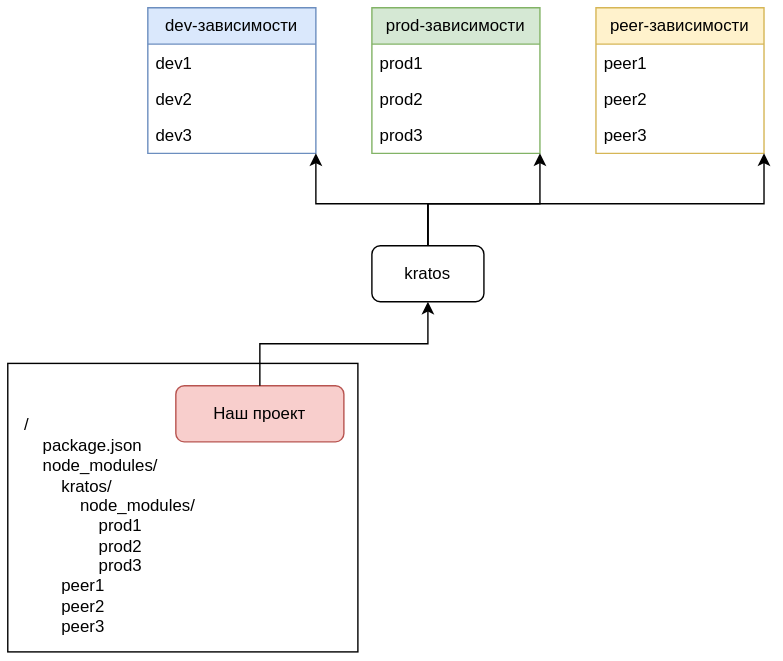
The draw.io diagram frontend/techs/nodejs/img/dependency-types.drawio.svg in johnydotsville/a-notes, before a commit. Source tidied: cells renumbered, new cells last; positions are measured from the earlier drawing's top-left corner, leaving out a move shared by most shapes. Its diagram source:
```xml
<mxGraphModel>
  <root>
    <mxCell id="0" />
    <mxCell id="1" parent="0" />
    <mxCell id="2" value="kratos" style="rounded=1;whiteSpace=wrap;html=1;" parent="1" vertex="1">
      <mxGeometry x="260" y="170" width="80" height="40" as="geometry" />
    </mxCell>
    <mxCell id="3" value="dev-зависимости" style="swimlane;fontStyle=0;horizontal=1;startSize=26;fillColor=#dae8fc;whiteSpace=wrap;html=1;strokeColor=#6c8ebf;" parent="1" vertex="1">
      <mxGeometry x="100" width="120" height="104" as="geometry" />
    </mxCell>
    <mxCell id="4" value="dev1" style="text;strokeColor=none;fillColor=none;align=left;verticalAlign=top;spacingLeft=4;spacingRight=4;overflow=hidden;whiteSpace=wrap;html=1;" parent="3" vertex="1">
      <mxGeometry y="26" width="120" height="26" as="geometry" />
    </mxCell>
    <mxCell id="5" value="dev2" style="text;strokeColor=none;fillColor=none;align=left;verticalAlign=top;spacingLeft=4;spacingRight=4;overflow=hidden;whiteSpace=wrap;html=1;" parent="3" vertex="1">
      <mxGeometry y="52" width="120" height="26" as="geometry" />
    </mxCell>
    <mxCell id="6" value="dev3" style="text;strokeColor=none;fillColor=none;align=left;verticalAlign=top;spacingLeft=4;spacingRight=4;overflow=hidden;whiteSpace=wrap;html=1;" parent="3" vertex="1">
      <mxGeometry y="78" width="120" height="26" as="geometry" />
    </mxCell>
    <mxCell id="7" value="prod-зависимости" style="swimlane;fontStyle=0;horizontal=1;startSize=26;fillColor=#d5e8d4;whiteSpace=wrap;html=1;strokeColor=#82b366;" parent="1" vertex="1">
      <mxGeometry x="260" width="120" height="104" as="geometry" />
    </mxCell>
    <mxCell id="8" value="prod1" style="text;strokeColor=none;fillColor=none;align=left;verticalAlign=top;spacingLeft=4;spacingRight=4;overflow=hidden;whiteSpace=wrap;html=1;" parent="7" vertex="1">
      <mxGeometry y="26" width="120" height="26" as="geometry" />
    </mxCell>
    <mxCell id="9" value="prod2" style="text;strokeColor=none;fillColor=none;align=left;verticalAlign=top;spacingLeft=4;spacingRight=4;overflow=hidden;whiteSpace=wrap;html=1;" parent="7" vertex="1">
      <mxGeometry y="52" width="120" height="26" as="geometry" />
    </mxCell>
    <mxCell id="10" value="prod3" style="text;strokeColor=none;fillColor=none;align=left;verticalAlign=top;spacingLeft=4;spacingRight=4;overflow=hidden;whiteSpace=wrap;html=1;" parent="7" vertex="1">
      <mxGeometry y="78" width="120" height="26" as="geometry" />
    </mxCell>
    <mxCell id="11" value="peer-зависимости" style="swimlane;fontStyle=0;horizontal=1;startSize=26;fillColor=#fff2cc;whiteSpace=wrap;html=1;strokeColor=#d6b656;" parent="1" vertex="1">
      <mxGeometry x="420" width="120" height="104" as="geometry" />
    </mxCell>
    <mxCell id="12" value="peer1" style="text;strokeColor=none;fillColor=none;align=left;verticalAlign=top;spacingLeft=4;spacingRight=4;overflow=hidden;whiteSpace=wrap;html=1;" parent="11" vertex="1">
      <mxGeometry y="26" width="120" height="26" as="geometry" />
    </mxCell>
    <mxCell id="13" value="peer2" style="text;strokeColor=none;fillColor=none;align=left;verticalAlign=top;spacingLeft=4;spacingRight=4;overflow=hidden;whiteSpace=wrap;html=1;" parent="11" vertex="1">
      <mxGeometry y="52" width="120" height="26" as="geometry" />
    </mxCell>
    <mxCell id="14" value="peer3" style="text;strokeColor=none;fillColor=none;align=left;verticalAlign=top;spacingLeft=4;spacingRight=4;overflow=hidden;whiteSpace=wrap;html=1;" parent="11" vertex="1">
      <mxGeometry y="78" width="120" height="26" as="geometry" />
    </mxCell>
    <mxCell id="15" style="endArrow=classic;html=1;rounded=0;exitX=0.5;exitY=0;exitDx=0;exitDy=0;entryX=1;entryY=1;entryDx=0;entryDy=0;" parent="1" edge="1" source="2" target="3">
      <mxGeometry relative="1" as="geometry">
        <Array as="points">
          <mxPoint x="300" y="140" />
          <mxPoint x="220" y="140" />
        </Array>
      </mxGeometry>
    </mxCell>
    <mxCell id="16" style="endArrow=classic;html=1;rounded=0;exitX=0.5;exitY=0;exitDx=0;exitDy=0;entryX=1;entryY=1;entryDx=0;entryDy=0;" parent="1" edge="1" source="2" target="7">
      <mxGeometry relative="1" as="geometry">
        <Array as="points">
          <mxPoint x="300" y="140" />
          <mxPoint x="380" y="140" />
        </Array>
      </mxGeometry>
    </mxCell>
    <mxCell id="17" style="endArrow=classic;html=1;rounded=0;exitX=0.5;exitY=0;exitDx=0;exitDy=0;entryX=1;entryY=1;entryDx=0;entryDy=0;" parent="1" edge="1" source="2" target="11">
      <mxGeometry relative="1" as="geometry">
        <Array as="points">
          <mxPoint x="300" y="140" />
          <mxPoint x="540" y="140" />
        </Array>
      </mxGeometry>
    </mxCell>
    <mxCell id="18" style="rounded=0;whiteSpace=wrap;html=1;" parent="1" vertex="1">
      <mxGeometry y="254" width="250" height="206" as="geometry" />
    </mxCell>
    <mxCell id="19" value="Наш проект" style="rounded=1;whiteSpace=wrap;html=1;fillColor=#f8cecc;strokeColor=#b85450;" parent="1" vertex="1">
      <mxGeometry x="120" y="270" width="120" height="40" as="geometry" />
    </mxCell>
    <mxCell id="20" style="endArrow=classic;html=1;rounded=0;exitX=0.5;exitY=0;exitDx=0;exitDy=0;entryX=0.5;entryY=1;entryDx=0;entryDy=0;" parent="1" edge="1">
      <mxGeometry relative="1" as="geometry">
        <mxPoint x="180" y="270" as="sourcePoint" />
        <mxPoint x="300" y="210" as="targetPoint" />
        <Array as="points">
          <mxPoint x="180" y="240" />
          <mxPoint x="300" y="240" />
        </Array>
      </mxGeometry>
    </mxCell>
    <mxCell id="21" value="/&lt;br&gt;&amp;nbsp; &amp;nbsp; package.json&lt;br&gt;&amp;nbsp; &amp;nbsp; node_modules/&lt;br&gt;&amp;nbsp; &amp;nbsp; &amp;nbsp; &amp;nbsp; kratos/&lt;br&gt;&amp;nbsp; &amp;nbsp; &amp;nbsp; &amp;nbsp; &amp;nbsp; &amp;nbsp; node_modules/&lt;br&gt;&amp;nbsp; &amp;nbsp; &amp;nbsp; &amp;nbsp; &amp;nbsp; &amp;nbsp; &amp;nbsp; &amp;nbsp; prod1&lt;br&gt;&amp;nbsp; &amp;nbsp; &amp;nbsp; &amp;nbsp; &amp;nbsp; &amp;nbsp; &amp;nbsp; &amp;nbsp; prod2&lt;br&gt;&amp;nbsp; &amp;nbsp; &amp;nbsp; &amp;nbsp; &amp;nbsp; &amp;nbsp; &amp;nbsp; &amp;nbsp; prod3&lt;br&gt;&amp;nbsp; &amp;nbsp; &amp;nbsp; &amp;nbsp; peer1&lt;br&gt;&amp;nbsp; &amp;nbsp; &amp;nbsp; &amp;nbsp; peer2&lt;br&gt;&amp;nbsp; &amp;nbsp; &amp;nbsp; &amp;nbsp; peer3" style="text;html=1;strokeColor=none;fillColor=none;align=left;verticalAlign=middle;whiteSpace=wrap;rounded=0;" parent="1" vertex="1">
      <mxGeometry x="10" y="290" width="190" height="160" as="geometry" />
    </mxCell>
  </root>
</mxGraphModel>
```
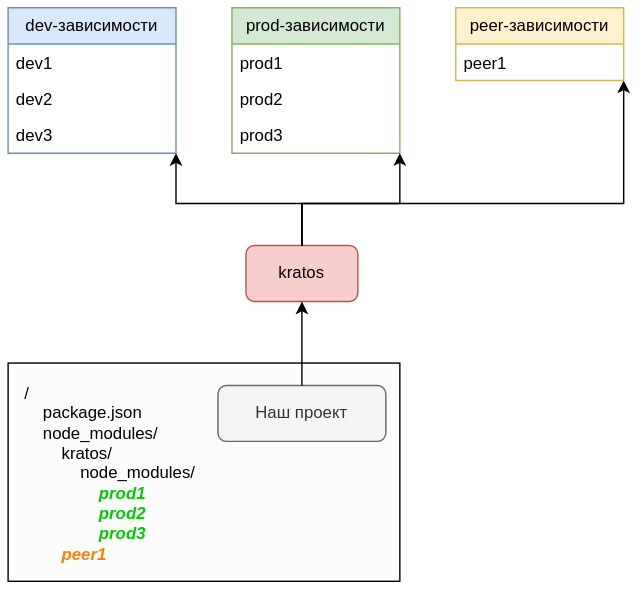
The same diagram one commit later.

Diff of the diagram source:
```diff
@@ -2,8 +2,8 @@
   <root>
     <mxCell id="0" />
     <mxCell id="1" parent="0" />
-    <mxCell id="2" value="kratos" style="rounded=1;whiteSpace=wrap;html=1;" parent="1" vertex="1">
-      <mxGeometry x="260" y="170" width="80" height="40" as="geometry" />
+    <mxCell id="2" value="kratos" style="rounded=1;whiteSpace=wrap;html=1;fillColor=#f8cecc;strokeColor=#b85450;" parent="1" vertex="1">
+      <mxGeometry x="270" y="170" width="80" height="40" as="geometry" />
     </mxCell>
     <mxCell id="3" value="dev-зависимости" style="swimlane;fontStyle=0;horizontal=1;startSize=26;fillColor=#dae8fc;whiteSpace=wrap;html=1;strokeColor=#6c8ebf;" parent="1" vertex="1">
       <mxGeometry x="100" width="120" height="104" as="geometry" />
@@ -30,21 +30,15 @@
       <mxGeometry y="78" width="120" height="26" as="geometry" />
     </mxCell>
     <mxCell id="11" value="peer-зависимости" style="swimlane;fontStyle=0;horizontal=1;startSize=26;fillColor=#fff2cc;whiteSpace=wrap;html=1;strokeColor=#d6b656;" parent="1" vertex="1">
-      <mxGeometry x="420" width="120" height="104" as="geometry" />
+      <mxGeometry x="420" width="120" height="52" as="geometry" />
     </mxCell>
     <mxCell id="12" value="peer1" style="text;strokeColor=none;fillColor=none;align=left;verticalAlign=top;spacingLeft=4;spacingRight=4;overflow=hidden;whiteSpace=wrap;html=1;" parent="11" vertex="1">
       <mxGeometry y="26" width="120" height="26" as="geometry" />
     </mxCell>
-    <mxCell id="13" value="peer2" style="text;strokeColor=none;fillColor=none;align=left;verticalAlign=top;spacingLeft=4;spacingRight=4;overflow=hidden;whiteSpace=wrap;html=1;" parent="11" vertex="1">
-      <mxGeometry y="52" width="120" height="26" as="geometry" />
-    </mxCell>
-    <mxCell id="14" value="peer3" style="text;strokeColor=none;fillColor=none;align=left;verticalAlign=top;spacingLeft=4;spacingRight=4;overflow=hidden;whiteSpace=wrap;html=1;" parent="11" vertex="1">
-      <mxGeometry y="78" width="120" height="26" as="geometry" />
-    </mxCell>
     <mxCell id="15" style="endArrow=classic;html=1;rounded=0;exitX=0.5;exitY=0;exitDx=0;exitDy=0;entryX=1;entryY=1;entryDx=0;entryDy=0;" parent="1" edge="1" source="2" target="3">
       <mxGeometry relative="1" as="geometry">
         <Array as="points">
-          <mxPoint x="300" y="140" />
+          <mxPoint x="310" y="140" />
           <mxPoint x="220" y="140" />
         </Array>
       </mxGeometry>
@@ -52,7 +46,7 @@
     <mxCell id="16" style="endArrow=classic;html=1;rounded=0;exitX=0.5;exitY=0;exitDx=0;exitDy=0;entryX=1;entryY=1;entryDx=0;entryDy=0;" parent="1" edge="1" source="2" target="7">
       <mxGeometry relative="1" as="geometry">
         <Array as="points">
-          <mxPoint x="300" y="140" />
+          <mxPoint x="310" y="140" />
           <mxPoint x="380" y="140" />
         </Array>
       </mxGeometry>
@@ -60,29 +54,27 @@
     <mxCell id="17" style="endArrow=classic;html=1;rounded=0;exitX=0.5;exitY=0;exitDx=0;exitDy=0;entryX=1;entryY=1;entryDx=0;entryDy=0;" parent="1" edge="1" source="2" target="11">
       <mxGeometry relative="1" as="geometry">
         <Array as="points">
-          <mxPoint x="300" y="140" />
+          <mxPoint x="310" y="140" />
           <mxPoint x="540" y="140" />
         </Array>
       </mxGeometry>
     </mxCell>
-    <mxCell id="18" style="rounded=0;whiteSpace=wrap;html=1;" parent="1" vertex="1">
-      <mxGeometry y="254" width="250" height="206" as="geometry" />
+    <mxCell id="18" style="rounded=0;whiteSpace=wrap;html=1;fillColor=#FCFCFC;" parent="1" vertex="1">
+      <mxGeometry x="100" y="254" width="280" height="156" as="geometry" />
     </mxCell>
-    <mxCell id="19" value="Наш проект" style="rounded=1;whiteSpace=wrap;html=1;fillColor=#f8cecc;strokeColor=#b85450;" parent="1" vertex="1">
-      <mxGeometry x="120" y="270" width="120" height="40" as="geometry" />
+    <mxCell id="19" value="Наш проект" style="rounded=1;whiteSpace=wrap;html=1;fillColor=#f5f5f5;strokeColor=#666666;fontColor=#333333;" parent="1" vertex="1">
+      <mxGeometry x="250" y="270" width="120" height="40" as="geometry" />
     </mxCell>
-    <mxCell id="20" style="endArrow=classic;html=1;rounded=0;exitX=0.5;exitY=0;exitDx=0;exitDy=0;entryX=0.5;entryY=1;entryDx=0;entryDy=0;" parent="1" edge="1">
+    <mxCell id="20" style="endArrow=classic;html=1;rounded=0;exitX=0.5;exitY=0;exitDx=0;exitDy=0;entryX=0.5;entryY=1;entryDx=0;entryDy=0;" parent="1" edge="1" source="19">
       <mxGeometry relative="1" as="geometry">
-        <mxPoint x="180" y="270" as="sourcePoint" />
-        <mxPoint x="300" y="210" as="targetPoint" />
+        <mxPoint x="310" y="210" as="targetPoint" />
         <Array as="points">
-          <mxPoint x="180" y="240" />
-          <mxPoint x="300" y="240" />
+          <mxPoint x="310" y="240" />
         </Array>
       </mxGeometry>
     </mxCell>
-    <mxCell id="21" value="/&lt;br&gt;&amp;nbsp; &amp;nbsp; package.json&lt;br&gt;&amp;nbsp; &amp;nbsp; node_modules/&lt;br&gt;&amp;nbsp; &amp;nbsp; &amp;nbsp; &amp;nbsp; kratos/&lt;br&gt;&amp;nbsp; &amp;nbsp; &amp;nbsp; &amp;nbsp; &amp;nbsp; &amp;nbsp; node_modules/&lt;br&gt;&amp;nbsp; &amp;nbsp; &amp;nbsp; &amp;nbsp; &amp;nbsp; &amp;nbsp; &amp;nbsp; &amp;nbsp; prod1&lt;br&gt;&amp;nbsp; &amp;nbsp; &amp;nbsp; &amp;nbsp; &amp;nbsp; &amp;nbsp; &amp;nbsp; &amp;nbsp; prod2&lt;br&gt;&amp;nbsp; &amp;nbsp; &amp;nbsp; &amp;nbsp; &amp;nbsp; &amp;nbsp; &amp;nbsp; &amp;nbsp; prod3&lt;br&gt;&amp;nbsp; &amp;nbsp; &amp;nbsp; &amp;nbsp; peer1&lt;br&gt;&amp;nbsp; &amp;nbsp; &amp;nbsp; &amp;nbsp; peer2&lt;br&gt;&amp;nbsp; &amp;nbsp; &amp;nbsp; &amp;nbsp; peer3" style="text;html=1;strokeColor=none;fillColor=none;align=left;verticalAlign=middle;whiteSpace=wrap;rounded=0;" parent="1" vertex="1">
-      <mxGeometry x="10" y="290" width="190" height="160" as="geometry" />
+    <mxCell id="21" value="/&lt;br&gt;&amp;nbsp; &amp;nbsp; package.json&lt;br&gt;&amp;nbsp; &amp;nbsp; node_modules/&lt;br&gt;&amp;nbsp; &amp;nbsp; &amp;nbsp; &amp;nbsp; kratos/&lt;br&gt;&amp;nbsp; &amp;nbsp; &amp;nbsp; &amp;nbsp; &amp;nbsp; &amp;nbsp; node_modules/&lt;i&gt;&lt;b&gt;&lt;br&gt;&amp;nbsp; &amp;nbsp; &amp;nbsp; &amp;nbsp; &amp;nbsp; &amp;nbsp; &amp;nbsp; &amp;nbsp; &lt;font color=&quot;#00cc00&quot;&gt;prod1&lt;br&gt;&amp;nbsp; &amp;nbsp; &amp;nbsp; &amp;nbsp; &amp;nbsp; &amp;nbsp; &amp;nbsp; &amp;nbsp; prod2&lt;br&gt;&amp;nbsp; &amp;nbsp; &amp;nbsp; &amp;nbsp; &amp;nbsp; &amp;nbsp; &amp;nbsp; &amp;nbsp; prod3&lt;/font&gt;&lt;br&gt;&amp;nbsp; &amp;nbsp; &amp;nbsp; &amp;nbsp; &lt;font color=&quot;#ff8000&quot;&gt;peer1&lt;/font&gt;&lt;/b&gt;&lt;/i&gt;" style="text;html=1;strokeColor=none;fillColor=none;align=left;verticalAlign=middle;whiteSpace=wrap;rounded=0;" parent="1" vertex="1">
+      <mxGeometry x="110" y="270" width="140" height="126" as="geometry" />
     </mxCell>
   </root>
 </mxGraphModel>
```
